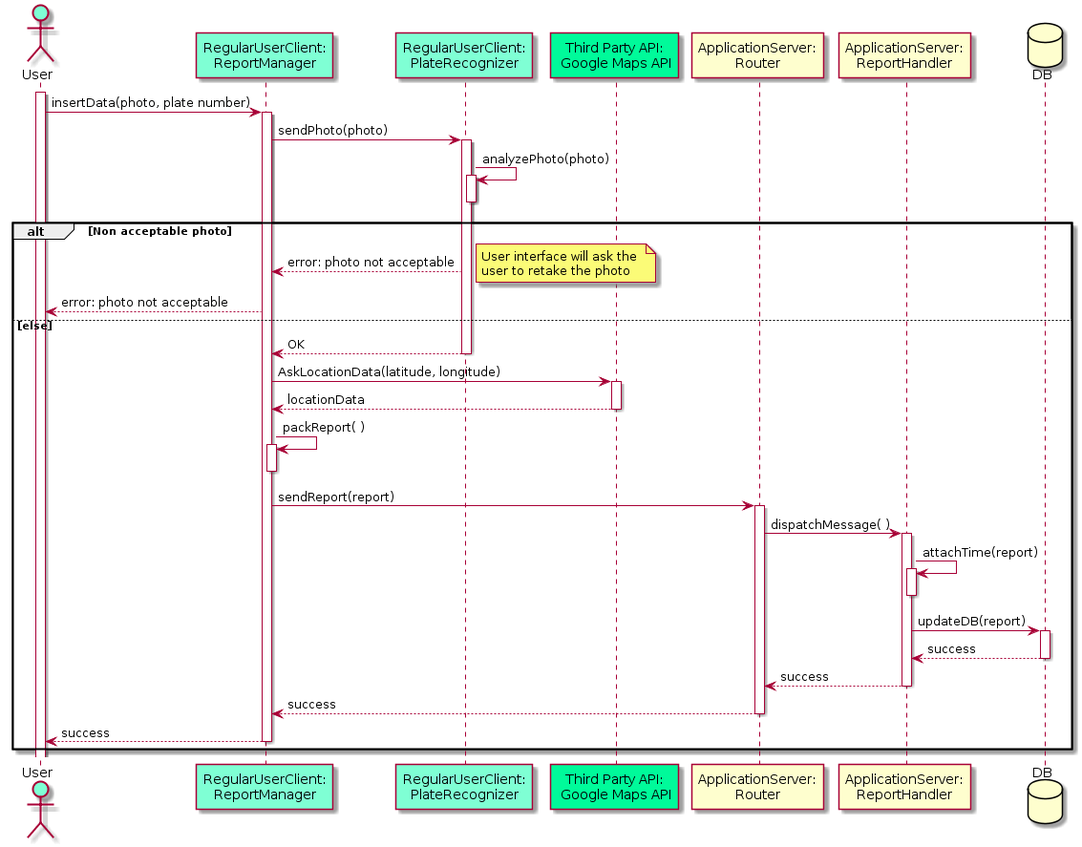
Earlier version of the PlantUML export DD/Images/seqDiag_ReportSignal.png (fafrullo2/PanzeriPeruginiPipita).
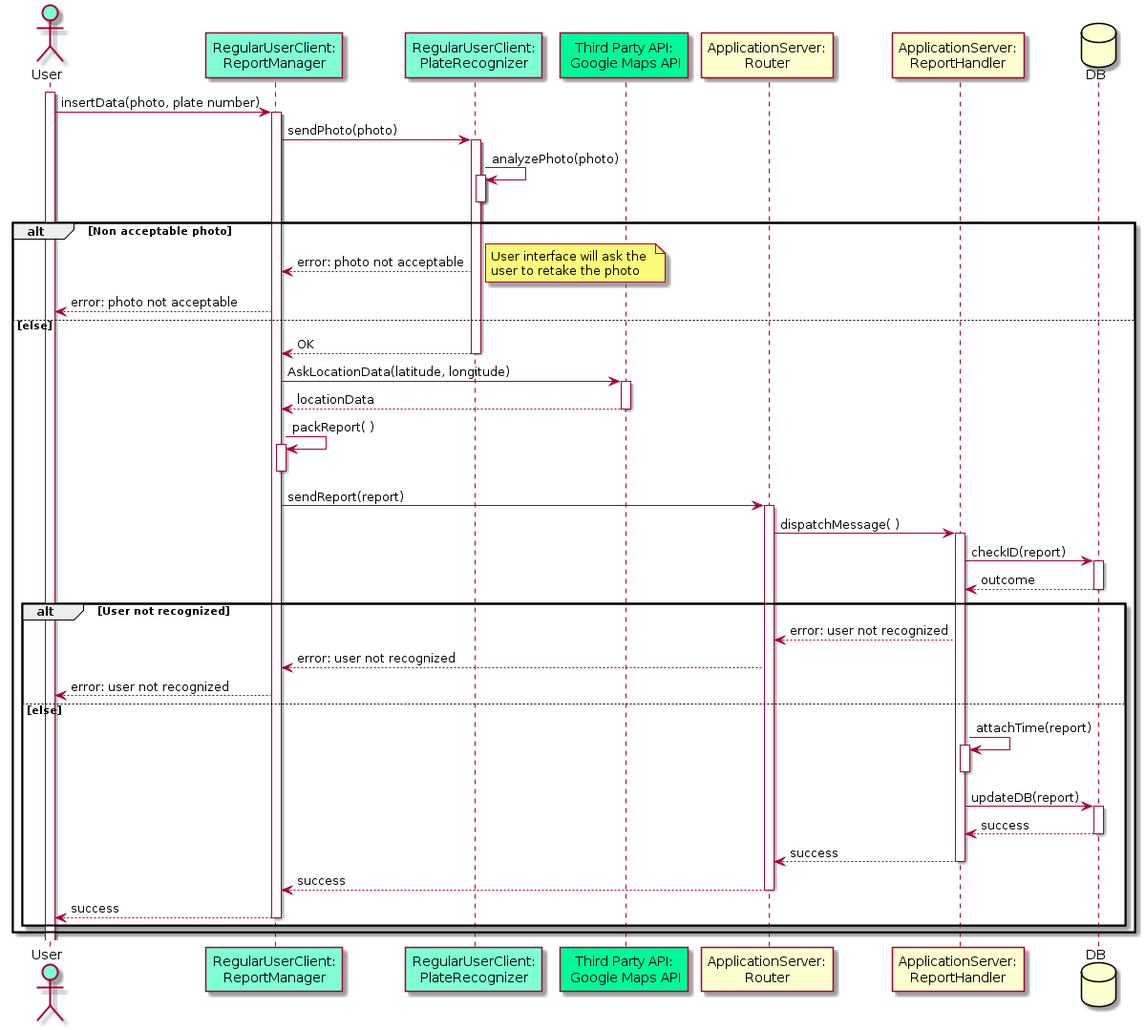
Above is the later version.

Diff of the diagram source:
```diff
@@ -41,15 +41,26 @@
     Router -> ReportHandler: dispatchMessage( )
     activate ReportHandler
 
-    ReportHandler -> ReportHandler: attachTime(report)
-        activate ReportHandler
-        deactivate ReportHandler
+    ReportHandler -> DB : checkID(report)
+    activate DB
+    return outcome
 
-        ReportHandler -> DB : updateDB(report)
-        activate DB
-        return success
-        return success
-        return success
-        return success
+    alt User not recognized
+        Router <-- ReportHandler: error: user not recognized
+        ReportManager <-- Router: error: user not recognized
+        User <-- ReportManager: error: user not recognized
+    else else
+
+        ReportHandler -> ReportHandler: attachTime(report)
+            activate ReportHandler
+            deactivate ReportHandler
+
+            ReportHandler -> DB : updateDB(report)
+            activate DB
+            return success
+            return success
+            return success
+            return success
+    end
 end
 @enduml
```
